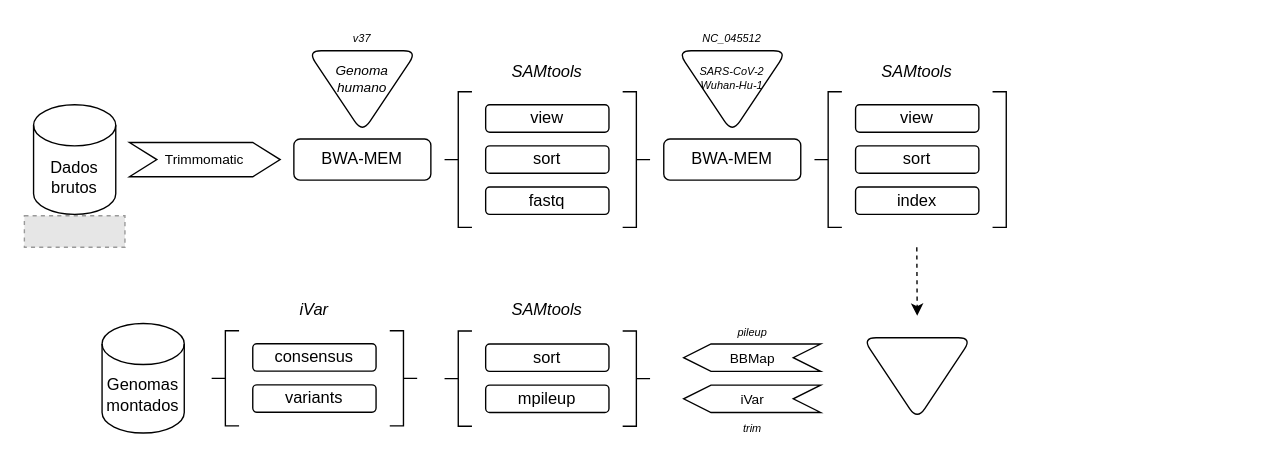
ekazuo/draw-io keeps this draw.io diagram as workflow_sars-cov-2.drawio. Above is the earlier version. Source tidied: cells renumbered, new cells numbered last; positions are measured from the earlier drawing's top-left corner, leaving out a move shared by most shapes. Both pictures are drawn from the tidied source at 137%, with x=0, y=0 at pixel (23, 22). Pictures stored in the file or linked from it are replaced by grey dashed boxes.
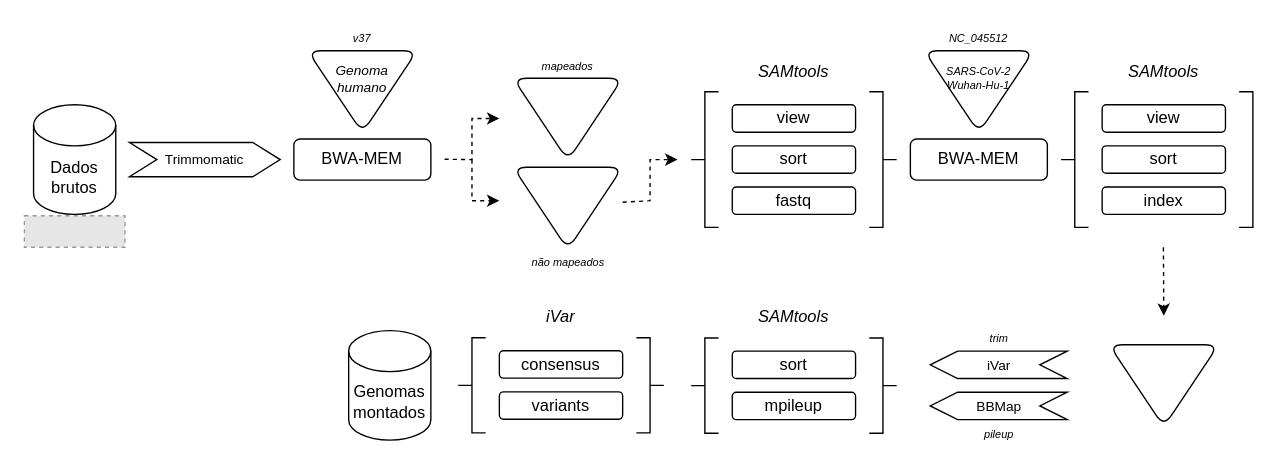
The same diagram, later.

Commit message:
reads mapeados e não mapeados

What changed in the source:
```diff
@@
     <mxCell id="6" value="view" style="rounded=1;whiteSpace=wrap;html=1;" parent="1" vertex="1">
-      <mxGeometry x="337" y="60" width="90" height="20" as="geometry" />
+      <mxGeometry x="517" y="60" width="90" height="20" as="geometry" />
     </mxCell>
     <mxCell id="7" value="sort" style="rounded=1;whiteSpace=wrap;html=1;" parent="1" vertex="1">
-      <mxGeometry x="337" y="90" width="90" height="20" as="geometry" />
+      <mxGeometry x="517" y="90" width="90" height="20" as="geometry" />
     </mxCell>
     <mxCell id="8" value="fastq" style="rounded=1;whiteSpace=wrap;html=1;" parent="1" vertex="1">
-      <mxGeometry x="337" y="120" width="90" height="20" as="geometry" />
+      <mxGeometry x="517" y="120" width="90" height="20" as="geometry" />
     </mxCell>
     <mxCell id="9" style="shape=curlyBracket;whiteSpace=wrap;html=1;rounded=0;size=0.5;" parent="1" vertex="1">
-      <mxGeometry x="307" y="50.5" width="20" height="99" as="geometry" />
+      <mxGeometry x="487" y="50.5" width="20" height="99" as="geometry" />
     </mxCell>
     <mxCell id="10" value="&lt;i&gt;SAMtools&lt;/i&gt;" style="text;html=1;strokeColor=none;fillColor=none;align=center;verticalAlign=middle;whiteSpace=wrap;rounded=0;fontSize=12;" parent="1" vertex="1">
-      <mxGeometry x="332" y="20.5" width="100" height="30" as="geometry" />
+      <mxGeometry x="512" y="20.5" width="100" height="30" as="geometry" />
     </mxCell>
@@
     <mxCell id="13" style="shape=curlyBracket;whiteSpace=wrap;html=1;rounded=0;size=0.5;rotation=-180;" parent="1" vertex="1">
-      <mxGeometry x="437" y="50.5" width="20" height="99" as="geometry" />
+      <mxGeometry x="617" y="50.5" width="20" height="99" as="geometry" />
     </mxCell>
     <mxCell id="14" value="BWA-MEM" style="rounded=1;whiteSpace=wrap;html=1;" parent="1" vertex="1">
-      <mxGeometry x="467" y="85" width="100" height="30" as="geometry" />
+      <mxGeometry x="647" y="85" width="100" height="30" as="geometry" />
     </mxCell>
     <mxCell id="15" value="&lt;div style=&quot;font-size: 8px&quot;&gt;&lt;font style=&quot;font-size: 8px&quot;&gt;&lt;i&gt;SARS-CoV-2&lt;/i&gt;&lt;/font&gt;&lt;/div&gt;&lt;div style=&quot;font-size: 8px&quot;&gt;&lt;font style=&quot;font-size: 8px&quot;&gt;&lt;i&gt;Wuhan-Hu-1&lt;/i&gt;&lt;/font&gt;&lt;/div&gt;&lt;div style=&quot;font-size: 8px&quot;&gt;&lt;font style=&quot;font-size: 8px&quot;&gt;&lt;i&gt;&lt;br&gt;&lt;/i&gt;&lt;/font&gt;&lt;/div&gt;&lt;div style=&quot;font-size: 8px&quot;&gt;&lt;font style=&quot;font-size: 8px&quot;&gt;&lt;i&gt;&lt;br&gt;&lt;/i&gt;&lt;/font&gt;&lt;/div&gt;" style="triangle;whiteSpace=wrap;html=1;rounded=1;shadow=0;fontSize=12;direction=south;" parent="1" vertex="1">
-      <mxGeometry x="477" y="20.5" width="80" height="60" as="geometry" />
+      <mxGeometry x="657" y="20.5" width="80" height="60" as="geometry" />
     </mxCell>
     <mxCell id="16" value="&lt;font style=&quot;font-size: 8px&quot;&gt;&lt;i&gt;NC_045512&lt;/i&gt;&lt;/font&gt;" style="text;html=1;strokeColor=none;fillColor=none;align=center;verticalAlign=middle;whiteSpace=wrap;rounded=0;shadow=0;fontSize=10;" parent="1" vertex="1">
-      <mxGeometry x="492" y="0.5" width="50" height="20" as="geometry" />
+      <mxGeometry x="672" y="0.5" width="50" height="20" as="geometry" />
     </mxCell>
     <mxCell id="17" value="view" style="rounded=1;whiteSpace=wrap;html=1;" parent="1" vertex="1">
-      <mxGeometry x="607" y="60" width="90" height="20" as="geometry" />
+      <mxGeometry x="787" y="60" width="90" height="20" as="geometry" />
     </mxCell>
     <mxCell id="18" value="sort" style="rounded=1;whiteSpace=wrap;html=1;" parent="1" vertex="1">
-      <mxGeometry x="607" y="90" width="90" height="20" as="geometry" />
+      <mxGeometry x="787" y="90" width="90" height="20" as="geometry" />
     </mxCell>
     <mxCell id="19" value="index" style="rounded=1;whiteSpace=wrap;html=1;" parent="1" vertex="1">
-      <mxGeometry x="607" y="120" width="90" height="20" as="geometry" />
+      <mxGeometry x="787" y="120" width="90" height="20" as="geometry" />
     </mxCell>
     <mxCell id="20" style="shape=curlyBracket;whiteSpace=wrap;html=1;rounded=0;size=0.5;" parent="1" vertex="1">
-      <mxGeometry x="577" y="50.5" width="20" height="99" as="geometry" />
+      <mxGeometry x="757" y="50.5" width="20" height="99" as="geometry" />
     </mxCell>
     <mxCell id="21" value="&lt;i&gt;SAMtools&lt;/i&gt;" style="text;html=1;strokeColor=none;fillColor=none;align=center;verticalAlign=middle;whiteSpace=wrap;rounded=0;fontSize=12;" parent="1" vertex="1">
-      <mxGeometry x="602" y="20.5" width="100" height="30" as="geometry" />
+      <mxGeometry x="782" y="20.5" width="100" height="30" as="geometry" />
     </mxCell>
     <mxCell id="22" style="shape=curlyBracket;whiteSpace=wrap;html=1;rounded=0;size=0;rotation=-180;" parent="1" vertex="1">
-      <mxGeometry x="707" y="50.5" width="10" height="99" as="geometry" />
+      <mxGeometry x="887" y="50.5" width="10" height="99" as="geometry" />
     </mxCell>
-    <mxCell id="23" value="&lt;font style=&quot;font-size: 10px&quot;&gt;BBMap&lt;/font&gt;" style="shape=step;perimeter=stepPerimeter;whiteSpace=wrap;html=1;fixedSize=1;rounded=0;shadow=0;fontSize=8;flipH=1;" parent="1" vertex="1">
-      <mxGeometry x="481.5" y="234.6" width="100" height="20" as="geometry" />
+    <mxCell id="23" value="&lt;font style=&quot;font-size: 10px&quot;&gt;iVar&lt;/font&gt;" style="shape=step;perimeter=stepPerimeter;whiteSpace=wrap;html=1;fixedSize=1;rounded=0;shadow=0;fontSize=8;flipH=1;" parent="1" vertex="1">
+      <mxGeometry x="661.5" y="239.8" width="100" height="20" as="geometry" />
     </mxCell>
-    <mxCell id="24" value="&lt;font style=&quot;font-size: 10px&quot;&gt;iVar&lt;/font&gt;" style="shape=step;perimeter=stepPerimeter;whiteSpace=wrap;html=1;fixedSize=1;rounded=0;shadow=0;fontSize=8;flipH=1;" parent="1" vertex="1">
-      <mxGeometry x="481.5" y="264.6" width="100" height="20" as="geometry" />
+    <mxCell id="24" value="&lt;font style=&quot;font-size: 10px&quot;&gt;BBMap&lt;/font&gt;" style="shape=step;perimeter=stepPerimeter;whiteSpace=wrap;html=1;fixedSize=1;rounded=0;shadow=0;fontSize=8;flipH=1;" parent="1" vertex="1">
+      <mxGeometry x="661.5" y="269.8" width="100" height="20" as="geometry" />
     </mxCell>
-    <mxCell id="25" value="&lt;font style=&quot;font-size: 8px&quot;&gt;&lt;i&gt;pileup&lt;/i&gt;&lt;/font&gt;" style="text;html=1;strokeColor=none;fillColor=none;align=center;verticalAlign=middle;whiteSpace=wrap;rounded=0;shadow=0;fontSize=10;" parent="1" vertex="1">
-      <mxGeometry x="506.5" y="214.6" width="50" height="20" as="geometry" />
+    <mxCell id="25" value="&lt;font style=&quot;font-size: 8px&quot;&gt;&lt;i&gt;trim&lt;/i&gt;&lt;/font&gt;" style="text;html=1;strokeColor=none;fillColor=none;align=center;verticalAlign=middle;whiteSpace=wrap;rounded=0;shadow=0;fontSize=10;" parent="1" vertex="1">
+      <mxGeometry x="686.5" y="219.8" width="50" height="20" as="geometry" />
     </mxCell>
-    <mxCell id="26" value="&lt;font style=&quot;font-size: 8px&quot;&gt;&lt;i&gt;trim&lt;/i&gt;&lt;/font&gt;" style="text;html=1;strokeColor=none;fillColor=none;align=center;verticalAlign=middle;whiteSpace=wrap;rounded=0;shadow=0;fontSize=10;" parent="1" vertex="1">
-      <mxGeometry x="506.5" y="284.6" width="50" height="20" as="geometry" />
+    <mxCell id="26" value="&lt;div&gt;&lt;font style=&quot;font-size: 8px&quot;&gt;&lt;i&gt;pileup&lt;/i&gt;&lt;/font&gt;&lt;/div&gt;" style="text;html=1;strokeColor=none;fillColor=none;align=center;verticalAlign=middle;whiteSpace=wrap;rounded=0;shadow=0;fontSize=10;" parent="1" vertex="1">
+      <mxGeometry x="686.5" y="289.8" width="50" height="20" as="geometry" />
     </mxCell>
     <mxCell id="27" style="triangle;whiteSpace=wrap;html=1;rounded=1;shadow=0;fontSize=10;direction=south;" parent="1" vertex="1">
-      <mxGeometry x="612" y="230" width="80" height="60" as="geometry" />
+      <mxGeometry x="792" y="235.1" width="80" height="60" as="geometry" />
     </mxCell>
     <mxCell id="28" style="endArrow=classic;html=1;rounded=0;fontSize=10;dashed=1;" parent="1" edge="1">
       <mxGeometry relative="1" as="geometry">
-        <mxPoint x="651.7" y="164" as="sourcePoint" />
-        <mxPoint x="652" y="214" as="targetPoint" />
+        <mxPoint x="831.7" y="164" as="sourcePoint" />
+        <mxPoint x="832" y="214" as="targetPoint" />
       </mxGeometry>
     </mxCell>
     <mxCell id="29" value="sort" style="rounded=1;whiteSpace=wrap;html=1;" parent="1" vertex="1">
-      <mxGeometry x="337" y="234.6" width="90" height="20" as="geometry" />
+      <mxGeometry x="517" y="239.8" width="90" height="20" as="geometry" />
     </mxCell>
     <mxCell id="30" value="mpileup" style="rounded=1;whiteSpace=wrap;html=1;" parent="1" vertex="1">
-      <mxGeometry x="337" y="264.6" width="90" height="20" as="geometry" />
+      <mxGeometry x="517" y="269.8" width="90" height="20" as="geometry" />
     </mxCell>
     <mxCell id="31" style="shape=curlyBracket;whiteSpace=wrap;html=1;rounded=0;size=0.5;" parent="1" vertex="1">
-      <mxGeometry x="307" y="225.1" width="20" height="69.5" as="geometry" />
+      <mxGeometry x="487" y="230.2" width="20" height="69.5" as="geometry" />
     </mxCell>
     <mxCell id="32" value="&lt;i&gt;SAMtools&lt;/i&gt;" style="text;html=1;strokeColor=none;fillColor=none;align=center;verticalAlign=middle;whiteSpace=wrap;rounded=0;fontSize=12;" parent="1" vertex="1">
-      <mxGeometry x="332" y="195.1" width="100" height="30" as="geometry" />
+      <mxGeometry x="512" y="200.2" width="100" height="30" as="geometry" />
     </mxCell>
     <mxCell id="33" style="shape=curlyBracket;whiteSpace=wrap;html=1;rounded=0;size=0.5;rotation=-180;" parent="1" vertex="1">
-      <mxGeometry x="437" y="225.1" width="20" height="69.5" as="geometry" />
+      <mxGeometry x="617" y="230.2" width="20" height="69.5" as="geometry" />
     </mxCell>
     <mxCell id="34" value="consensus" style="rounded=1;whiteSpace=wrap;html=1;" parent="1" vertex="1">
-      <mxGeometry x="167" y="234.4" width="90" height="20" as="geometry" />
+      <mxGeometry x="347" y="239.5" width="90" height="20" as="geometry" />
     </mxCell>
     <mxCell id="35" value="variants" style="rounded=1;whiteSpace=wrap;html=1;" parent="1" vertex="1">
-      <mxGeometry x="167" y="264.4" width="90" height="20" as="geometry" />
+      <mxGeometry x="347" y="269.5" width="90" height="20" as="geometry" />
     </mxCell>
     <mxCell id="36" style="shape=curlyBracket;whiteSpace=wrap;html=1;rounded=0;size=0.5;" parent="1" vertex="1">
-      <mxGeometry x="137" y="224.9" width="20" height="69.5" as="geometry" />
+      <mxGeometry x="317" y="230" width="20" height="69.5" as="geometry" />
     </mxCell>
     <mxCell id="37" value="&lt;i&gt;iVar&lt;/i&gt;" style="text;html=1;strokeColor=none;fillColor=none;align=center;verticalAlign=middle;whiteSpace=wrap;rounded=0;fontSize=12;" parent="1" vertex="1">
-      <mxGeometry x="162" y="194.9" width="100" height="30" as="geometry" />
+      <mxGeometry x="342" y="200" width="100" height="30" as="geometry" />
     </mxCell>
     <mxCell id="38" style="shape=curlyBracket;whiteSpace=wrap;html=1;rounded=0;size=0.5;rotation=-180;" parent="1" vertex="1">
-      <mxGeometry x="267" y="224.9" width="20" height="69.5" as="geometry" />
+      <mxGeometry x="447" y="230" width="20" height="69.5" as="geometry" />
     </mxCell>
     <mxCell id="39" value="Genomas montados" style="shape=cylinder3;whiteSpace=wrap;html=1;boundedLbl=1;backgroundOutline=1;size=15;" parent="1" vertex="1">
-      <mxGeometry x="57" y="219.6" width="60" height="80" as="geometry" />
+      <mxGeometry x="237" y="224.8" width="60" height="80" as="geometry" />
     </mxCell>
+    <mxCell id="40" style="triangle;whiteSpace=wrap;html=1;rounded=1;shadow=0;fontSize=12;direction=south;" parent="1" vertex="1">
+      <mxGeometry x="357" y="40.6" width="80" height="60" as="geometry" />
+    </mxCell>
+    <mxCell id="41" style="triangle;whiteSpace=wrap;html=1;rounded=1;shadow=0;fontSize=12;direction=south;" parent="1" vertex="1">
+      <mxGeometry x="357" y="105.6" width="80" height="60" as="geometry" />
+    </mxCell>
+    <mxCell id="42" style="endArrow=classic;html=1;rounded=0;dashed=1;" parent="1" edge="1">
+      <mxGeometry relative="1" as="geometry">
+        <mxPoint x="307" y="99.7" as="sourcePoint" />
+        <mxPoint x="347" y="70" as="targetPoint" />
+        <Array as="points">
+          <mxPoint x="327" y="100" />
+          <mxPoint x="327" y="70" />
+        </Array>
+      </mxGeometry>
+    </mxCell>
+    <mxCell id="43" style="endArrow=classic;html=1;rounded=0;dashed=1;" parent="1" edge="1">
+      <mxGeometry relative="1" as="geometry">
+        <mxPoint x="327" y="100" as="sourcePoint" />
+        <mxPoint x="347" y="130" as="targetPoint" />
+        <Array as="points">
+          <mxPoint x="327" y="130" />
+        </Array>
+      </mxGeometry>
+    </mxCell>
+    <mxCell id="44" value="&lt;font style=&quot;font-size: 8px&quot;&gt;&lt;i&gt;mapeados&lt;/i&gt;&lt;/font&gt;" style="text;html=1;strokeColor=none;fillColor=none;align=center;verticalAlign=middle;whiteSpace=wrap;rounded=0;shadow=0;fontSize=10;" parent="1" vertex="1">
+      <mxGeometry x="372" y="21.1" width="50" height="20" as="geometry" />
+    </mxCell>
+    <mxCell id="45" value="&lt;font style=&quot;font-size: 8px&quot;&gt;&lt;i&gt;não mapeados&lt;/i&gt;&lt;/font&gt;" style="text;html=1;strokeColor=none;fillColor=none;align=center;verticalAlign=middle;whiteSpace=wrap;rounded=0;shadow=0;fontSize=10;" parent="1" vertex="1">
+      <mxGeometry x="359.5" y="164" width="75" height="20" as="geometry" />
+    </mxCell>
+    <mxCell id="46" style="endArrow=classic;html=1;rounded=0;dashed=1;" parent="1" edge="1">
+      <mxGeometry relative="1" as="geometry">
+        <mxPoint x="437" y="131.1" as="sourcePoint" />
+        <mxPoint x="477" y="100" as="targetPoint" />
+        <Array as="points">
+          <mxPoint x="457" y="130" />
+          <mxPoint x="457" y="100" />
+        </Array>
+      </mxGeometry>
+    </mxCell>
```
